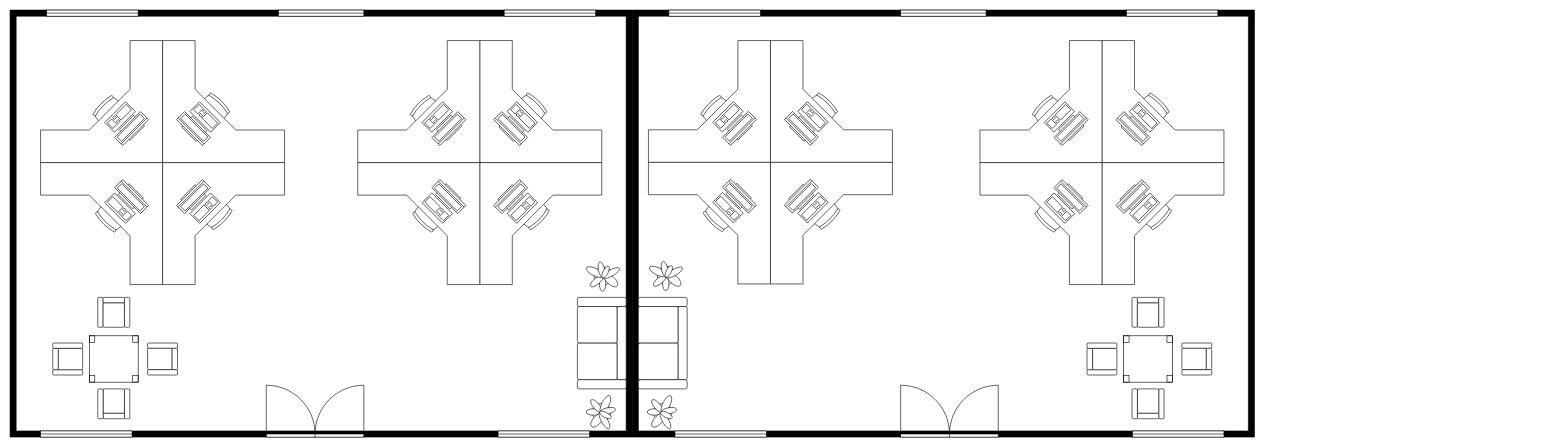
Earlier version of the draw.io diagram АТБ офис.drawio (Gleb-hub/-). Source tidied: cells renumbered, new cells numbered last; positions are measured from the earlier drawing's top-left corner, leaving out a move shared by most shapes. Both pictures are drawn from the tidied source at 61%, with x=0, y=0 at pixel (10, -9).
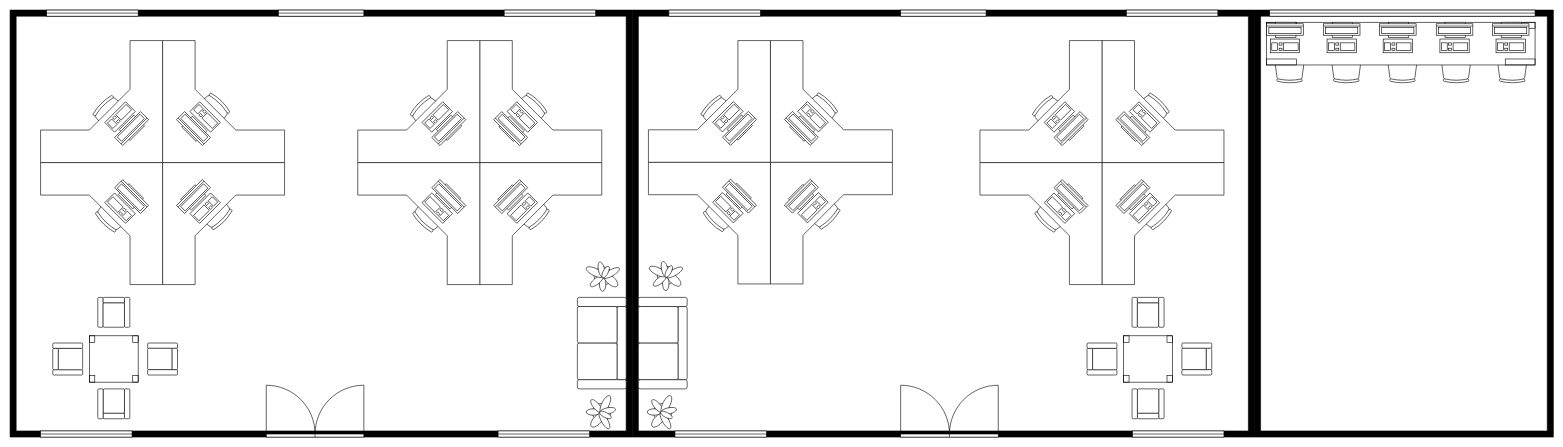
The same page after the edit.

The edit, as a diff of the source:
```diff
@@
+    <mxCell id="72" style="verticalLabelPosition=bottom;html=1;verticalAlign=top;align=center;shape=mxgraph.floorplan.office_chair;shadow=0;direction=west;" parent="1" vertex="1">
+      <mxGeometry x="2437.5" y="100" width="50" height="50" as="geometry" />
+    </mxCell>
+    <mxCell id="73" style="verticalLabelPosition=bottom;html=1;verticalAlign=top;align=center;shape=mxgraph.floorplan.office_chair;shadow=0;direction=west;" parent="1" vertex="1">
+      <mxGeometry x="2345.5" y="100" width="50" height="50" as="geometry" />
+    </mxCell>
+    <mxCell id="74" style="verticalLabelPosition=bottom;html=1;verticalAlign=top;align=center;shape=mxgraph.floorplan.office_chair;shadow=0;direction=west;" parent="1" vertex="1">
+      <mxGeometry x="2257.5" y="100" width="50" height="50" as="geometry" />
+    </mxCell>
+    <mxCell id="75" style="verticalLabelPosition=bottom;html=1;verticalAlign=top;align=center;shape=mxgraph.floorplan.office_chair;shadow=0;direction=west;" parent="1" vertex="1">
+      <mxGeometry x="2165.5" y="100" width="50" height="50" as="geometry" />
+    </mxCell>
+    <mxCell id="76" style="verticalLabelPosition=bottom;html=1;verticalAlign=top;align=center;shape=mxgraph.floorplan.office_chair;shadow=0;direction=west;" parent="1" vertex="1">
+      <mxGeometry x="2072.5" y="100" width="50" height="50" as="geometry" />
+    </mxCell>
+    <mxCell id="77" style="verticalLabelPosition=bottom;html=1;verticalAlign=top;align=center;shape=mxgraph.floorplan.table;" parent="1" vertex="1">
+      <mxGeometry x="2060" y="50" width="440" height="70" as="geometry" />
+    </mxCell>
@@
+    <mxCell id="78" style="verticalLabelPosition=bottom;html=1;verticalAlign=top;align=center;shape=mxgraph.floorplan.room;fillColor=strokeColor;" parent="1" vertex="1">
+      <mxGeometry x="2040" y="30" width="490" height="700" as="geometry" />
+    </mxCell>
+    <mxCell id="79" style="verticalLabelPosition=bottom;html=1;verticalAlign=top;align=center;shape=mxgraph.floorplan.workstation;shadow=0;flipV=1;direction=west;" parent="1" vertex="1">
+      <mxGeometry x="2060" y="50" width="60" height="50" as="geometry" />
+    </mxCell>
+    <mxCell id="80" style="verticalLabelPosition=bottom;html=1;verticalAlign=top;align=center;shape=mxgraph.floorplan.window;" parent="1" vertex="1">
+      <mxGeometry x="2065" y="30" width="435" height="10" as="geometry" />
+    </mxCell>
+    <mxCell id="81" style="verticalLabelPosition=bottom;html=1;verticalAlign=top;align=center;shape=mxgraph.floorplan.workstation;shadow=0;flipV=1;direction=west;" parent="1" vertex="1">
+      <mxGeometry x="2153" y="50" width="60" height="50" as="geometry" />
+    </mxCell>
+    <mxCell id="82" style="verticalLabelPosition=bottom;html=1;verticalAlign=top;align=center;shape=mxgraph.floorplan.workstation;shadow=0;flipV=1;direction=west;" parent="1" vertex="1">
+      <mxGeometry x="2245" y="50" width="60" height="50" as="geometry" />
+    </mxCell>
+    <mxCell id="83" style="verticalLabelPosition=bottom;html=1;verticalAlign=top;align=center;shape=mxgraph.floorplan.workstation;shadow=0;flipV=1;direction=west;" parent="1" vertex="1">
+      <mxGeometry x="2338" y="50" width="60" height="50" as="geometry" />
+    </mxCell>
+    <mxCell id="84" style="verticalLabelPosition=bottom;html=1;verticalAlign=top;align=center;shape=mxgraph.floorplan.workstation;shadow=0;flipV=1;direction=west;" parent="1" vertex="1">
+      <mxGeometry x="2430" y="50" width="60" height="50" as="geometry" />
+    </mxCell>
```
